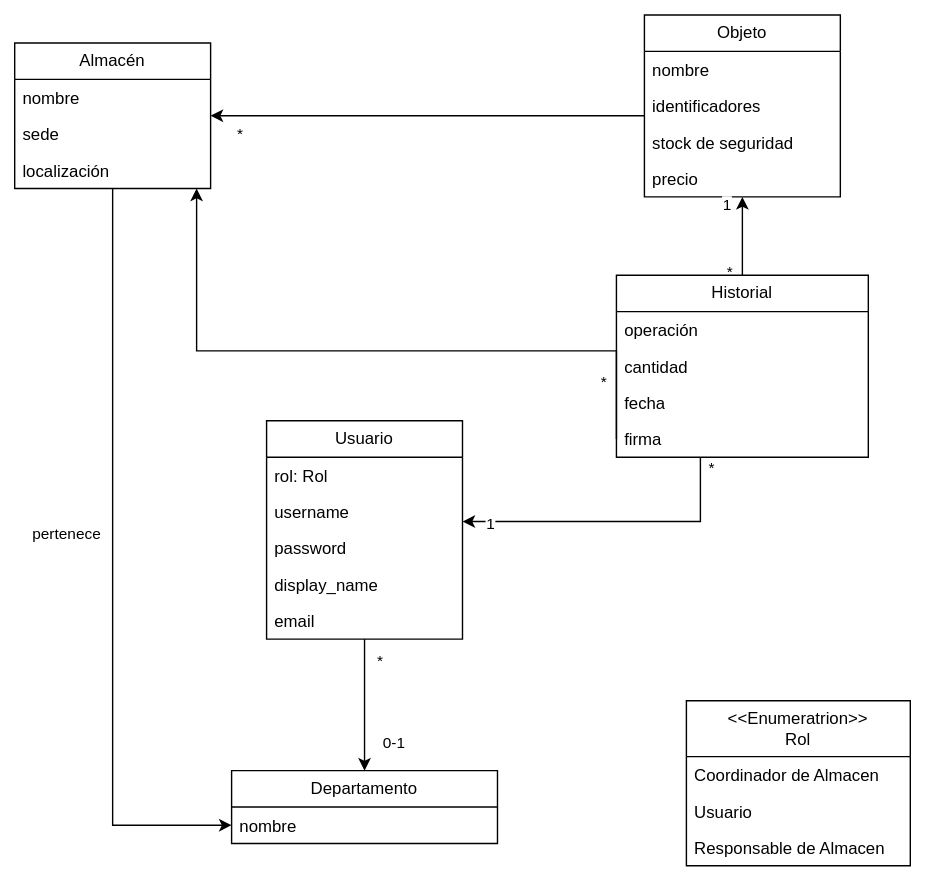
Above: Diagramas/Diagrama conceptual.svg in Emilio-115/Proyecto-IR-G2-12 (draw.io), before the change. Source tidied: cells renumbered, new cells last; positions are measured from the earlier drawing's top-left corner, leaving out a move shared by most shapes.
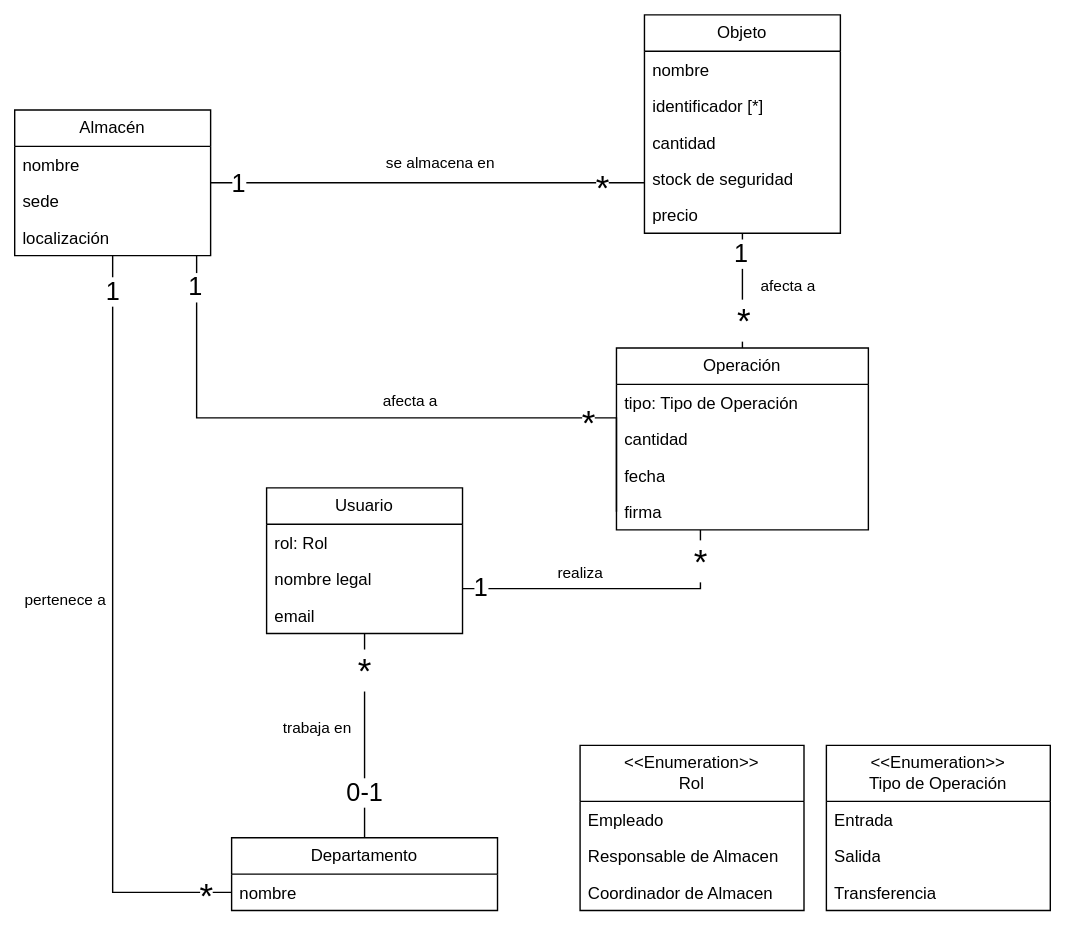
After the commit.

Commit message:
diagrama conceptual actualizado

Change to the diagram source:
```diff
@@ -2,38 +2,27 @@
   <root>
     <mxCell id="0" />
     <mxCell id="1" parent="0" />
-    <mxCell id="2" style="edgeStyle=orthogonalEdgeStyle;rounded=0;jettySize=auto;html=1;entryX=0.5;entryY=0;entryDx=0;entryDy=0;" parent="1" edge="1" source="5" target="36">
+    <mxCell id="2" style="edgeStyle=orthogonalEdgeStyle;rounded=0;jettySize=auto;html=1;entryX=0.5;entryY=0;entryDx=0;entryDy=0;endArrow=none;endFill=0;startArrow=none;startFill=0;" parent="1" edge="1" source="5" target="36">
       <mxGeometry relative="1" as="geometry" />
     </mxCell>
-    <mxCell id="3" value="0-1" style="edgeLabel;html=1;align=center;verticalAlign=middle;" parent="2" vertex="1">
+    <mxCell id="3" value="&lt;font style=&quot;font-size: 18px;&quot;&gt;0-1&lt;/font&gt;" style="edgeLabel;html=1;align=center;verticalAlign=middle;" parent="2" vertex="1">
       <mxGeometry x="0.57" y="2" relative="1" as="geometry">
-        <mxPoint x="18" y="-1" as="offset" />
+        <mxPoint x="-2" y="-1" as="offset" />
       </mxGeometry>
     </mxCell>
-    <mxCell id="4" value="*" style="edgeLabel;html=1;align=center;verticalAlign=middle;" parent="2" vertex="1">
-      <mxGeometry x="-0.67" y="-1" relative="1" as="geometry">
-        <mxPoint x="11" as="offset" />
-      </mxGeometry>
-    </mxCell>
     <mxCell id="5" value="Usuario" style="swimlane;fontStyle=0;horizontal=1;startSize=26;fillColor=none;whiteSpace=wrap;html=1;" parent="1" vertex="1">
-      <mxGeometry x="180" y="290" width="140" height="156" as="geometry" />
+      <mxGeometry x="180" y="290" width="140" height="104" as="geometry" />
     </mxCell>
     <mxCell id="6" value="rol: Rol" style="text;strokeColor=none;fillColor=none;align=left;verticalAlign=top;spacingLeft=4;spacingRight=4;overflow=hidden;whiteSpace=wrap;html=1;" parent="5" vertex="1">
       <mxGeometry y="26" width="140" height="26" as="geometry" />
     </mxCell>
-    <mxCell id="7" value="username" style="text;strokeColor=none;fillColor=none;align=left;verticalAlign=top;spacingLeft=4;spacingRight=4;overflow=hidden;whiteSpace=wrap;html=1;" parent="5" vertex="1">
-      <mxGeometry y="52" width="140" height="26" as="geometry" />
-    </mxCell>
-    <mxCell id="8" value="password" style="text;strokeColor=none;fillColor=none;align=left;verticalAlign=top;spacingLeft=4;spacingRight=4;overflow=hidden;whiteSpace=wrap;html=1;" parent="5" vertex="1">
-      <mxGeometry y="78" width="140" height="26" as="geometry" />
-    </mxCell>
-    <mxCell id="9" value="display_name" style="text;strokeColor=none;fillColor=none;align=left;verticalAlign=top;spacingLeft=4;spacingRight=4;overflow=hidden;whiteSpace=wrap;html=1;" parent="5" vertex="1">
-      <mxGeometry y="104" width="140" height="26" as="geometry" />
+    <mxCell id="9" value="nombre legal" style="text;strokeColor=none;fillColor=none;align=left;verticalAlign=top;spacingLeft=4;spacingRight=4;overflow=hidden;whiteSpace=wrap;html=1;" parent="5" vertex="1">
+      <mxGeometry y="52" width="140" height="26" as="geometry" />
     </mxCell>
     <mxCell id="10" value="email" style="text;strokeColor=none;fillColor=none;align=left;verticalAlign=top;spacingLeft=4;spacingRight=4;overflow=hidden;whiteSpace=wrap;html=1;" parent="5" vertex="1">
-      <mxGeometry y="130" width="140" height="26" as="geometry" />
+      <mxGeometry y="78" width="140" height="26" as="geometry" />
     </mxCell>
-    <mxCell id="11" style="edgeStyle=orthogonalEdgeStyle;rounded=0;jettySize=auto;html=1;startArrow=none;startFill=0;endArrow=classic;endFill=1;" parent="1" edge="1" source="13" target="19">
+    <mxCell id="11" style="edgeStyle=orthogonalEdgeStyle;rounded=0;jettySize=auto;html=1;startArrow=none;startFill=0;endArrow=none;endFill=0;" parent="1" edge="1" source="13" target="19">
       <mxGeometry relative="1" as="geometry">
         <Array as="points">
           <mxPoint x="170" y="72" />
@@ -41,27 +30,25 @@
         </Array>
       </mxGeometry>
     </mxCell>
-    <mxCell id="12" value="*" style="edgeLabel;html=1;align=center;verticalAlign=middle;" parent="11" vertex="1">
-      <mxGeometry x="0.87" y="-1" relative="1" as="geometry">
-        <mxPoint y="13" as="offset" />
-      </mxGeometry>
-    </mxCell>
     <mxCell id="13" value="Objeto" style="swimlane;fontStyle=0;horizontal=1;startSize=26;fillColor=none;whiteSpace=wrap;html=1;" parent="1" vertex="1">
-      <mxGeometry x="450" width="140" height="130" as="geometry" />
+      <mxGeometry x="450" y="-48" width="140" height="156" as="geometry" />
     </mxCell>
     <mxCell id="14" value="nombre" style="text;strokeColor=none;fillColor=none;align=left;verticalAlign=top;spacingLeft=4;spacingRight=4;overflow=hidden;whiteSpace=wrap;html=1;" parent="13" vertex="1">
       <mxGeometry y="26" width="140" height="26" as="geometry" />
     </mxCell>
-    <mxCell id="15" value="identificadores" style="text;strokeColor=none;fillColor=none;align=left;verticalAlign=top;spacingLeft=4;spacingRight=4;overflow=hidden;whiteSpace=wrap;html=1;" parent="13" vertex="1">
+    <mxCell id="15" value="identificador [*]" style="text;strokeColor=none;fillColor=none;align=left;verticalAlign=top;spacingLeft=4;spacingRight=4;overflow=hidden;whiteSpace=wrap;html=1;" parent="13" vertex="1">
       <mxGeometry y="52" width="140" height="26" as="geometry" />
     </mxCell>
+    <mxCell id="43" value="cantidad" style="text;strokeColor=none;fillColor=none;align=left;verticalAlign=top;spacingLeft=4;spacingRight=4;overflow=hidden;whiteSpace=wrap;html=1;" parent="13" vertex="1">
+      <mxGeometry y="78" width="140" height="26" as="geometry" />
+    </mxCell>
     <mxCell id="16" value="stock de seguridad" style="text;strokeColor=none;fillColor=none;align=left;verticalAlign=top;spacingLeft=4;spacingRight=4;overflow=hidden;whiteSpace=wrap;html=1;" parent="13" vertex="1">
-      <mxGeometry y="78" width="140" height="26" as="geometry" />
+      <mxGeometry y="104" width="140" height="26" as="geometry" />
     </mxCell>
     <mxCell id="17" value="precio" style="text;strokeColor=none;fillColor=none;align=left;verticalAlign=top;spacingLeft=4;spacingRight=4;overflow=hidden;whiteSpace=wrap;html=1;" parent="13" vertex="1">
-      <mxGeometry y="104" width="140" height="26" as="geometry" />
+      <mxGeometry y="130" width="140" height="26" as="geometry" />
     </mxCell>
-    <mxCell id="18" style="edgeStyle=orthogonalEdgeStyle;rounded=0;jettySize=auto;html=1;" parent="1" edge="1" source="19" target="37">
+    <mxCell id="18" style="edgeStyle=orthogonalEdgeStyle;rounded=0;jettySize=auto;html=1;endArrow=none;endFill=0;startArrow=none;startFill=0;" parent="1" edge="1" source="19" target="37">
       <mxGeometry relative="1" as="geometry" />
     </mxCell>
     <mxCell id="19" value="Almacén" style="swimlane;fontStyle=0;horizontal=1;startSize=26;fillColor=none;whiteSpace=wrap;html=1;" parent="1" vertex="1">
@@ -76,7 +63,7 @@
     <mxCell id="22" value="localización" style="text;strokeColor=none;fillColor=none;align=left;verticalAlign=top;spacingLeft=4;spacingRight=4;overflow=hidden;whiteSpace=wrap;html=1;" parent="19" vertex="1">
       <mxGeometry y="78" width="140" height="26" as="geometry" />
     </mxCell>
-    <mxCell id="23" style="edgeStyle=orthogonalEdgeStyle;rounded=0;jettySize=auto;html=1;" parent="1" edge="1" source="31" target="13">
+    <mxCell id="23" style="edgeStyle=orthogonalEdgeStyle;rounded=0;jettySize=auto;html=1;endArrow=none;endFill=0;startArrow=none;startFill=0;" parent="1" edge="1" source="31" target="13">
       <mxGeometry relative="1" as="geometry">
         <Array as="points">
           <mxPoint x="520" y="170" />
@@ -84,34 +71,24 @@
         </Array>
       </mxGeometry>
     </mxCell>
-    <mxCell id="24" value="1" style="edgeLabel;html=1;align=center;verticalAlign=middle;" parent="23" vertex="1">
+    <mxCell id="24" value="&lt;font style=&quot;font-size: 18px;&quot;&gt;1&lt;/font&gt;" style="edgeLabel;html=1;align=center;verticalAlign=middle;" parent="23" vertex="1">
       <mxGeometry x="0.84" y="1" relative="1" as="geometry">
-        <mxPoint x="-11" as="offset" />
+        <mxPoint y="8" as="offset" />
       </mxGeometry>
     </mxCell>
-    <mxCell id="25" value="*" style="edgeLabel;html=1;align=center;verticalAlign=middle;" parent="23" vertex="1">
-      <mxGeometry x="-0.72" y="1" relative="1" as="geometry">
-        <mxPoint x="-9" y="5" as="offset" />
-      </mxGeometry>
-    </mxCell>
-    <mxCell id="26" style="edgeStyle=orthogonalEdgeStyle;rounded=0;jettySize=auto;html=1;" parent="1" edge="1" source="31" target="5">
+    <mxCell id="26" style="edgeStyle=orthogonalEdgeStyle;rounded=0;jettySize=auto;html=1;endArrow=none;endFill=0;startArrow=none;startFill=0;" parent="1" edge="1" source="31" target="5">
       <mxGeometry relative="1" as="geometry">
         <Array as="points">
           <mxPoint x="490" y="362" />
         </Array>
       </mxGeometry>
     </mxCell>
-    <mxCell id="27" value="1" style="edgeLabel;html=1;align=center;verticalAlign=middle;" parent="26" vertex="1">
+    <mxCell id="27" value="&lt;font style=&quot;font-size: 18px;&quot;&gt;1&lt;/font&gt;" style="edgeLabel;html=1;align=center;verticalAlign=middle;" parent="26" vertex="1">
       <mxGeometry x="0.91" y="1" relative="1" as="geometry">
-        <mxPoint x="9" as="offset" />
+        <mxPoint x="3" y="-1" as="offset" />
       </mxGeometry>
     </mxCell>
-    <mxCell id="28" value="*" style="edgeLabel;html=1;align=center;verticalAlign=middle;" parent="26" vertex="1">
-      <mxGeometry x="-0.94" y="1" relative="1" as="geometry">
-        <mxPoint x="6" as="offset" />
-      </mxGeometry>
-    </mxCell>
-    <mxCell id="29" style="edgeStyle=orthogonalEdgeStyle;rounded=0;jettySize=auto;html=1;exitX=0;exitY=0.5;exitDx=0;exitDy=0;" parent="1" edge="1" source="35" target="19">
+    <mxCell id="29" style="edgeStyle=orthogonalEdgeStyle;rounded=0;jettySize=auto;html=1;exitX=0;exitY=0.5;exitDx=0;exitDy=0;endArrow=none;endFill=0;startArrow=none;startFill=0;" parent="1" edge="1" source="35" target="19">
       <mxGeometry relative="1" as="geometry">
         <Array as="points">
           <mxPoint x="430" y="240" />
@@ -119,15 +96,10 @@
         </Array>
       </mxGeometry>
     </mxCell>
-    <mxCell id="30" value="*" style="edgeLabel;html=1;align=center;verticalAlign=middle;" parent="29" vertex="1">
-      <mxGeometry x="-0.94" relative="1" as="geometry">
-        <mxPoint x="-10" y="-28" as="offset" />
-      </mxGeometry>
-    </mxCell>
-    <mxCell id="31" value="Historial" style="swimlane;fontStyle=0;horizontal=1;startSize=26;fillColor=none;whiteSpace=wrap;html=1;" parent="1" vertex="1">
-      <mxGeometry x="430" y="186" width="180" height="130" as="geometry" />
+    <mxCell id="31" value="Operación" style="swimlane;fontStyle=0;horizontal=1;startSize=26;fillColor=none;whiteSpace=wrap;html=1;" parent="1" vertex="1">
+      <mxGeometry x="430" y="190" width="180" height="130" as="geometry" />
     </mxCell>
-    <mxCell id="32" value="operación" style="text;strokeColor=none;fillColor=none;align=left;verticalAlign=top;spacingLeft=4;spacingRight=4;overflow=hidden;whiteSpace=wrap;html=1;" parent="31" vertex="1">
+    <mxCell id="32" value="tipo: Tipo de Operación" style="text;strokeColor=none;fillColor=none;align=left;verticalAlign=top;spacingLeft=4;spacingRight=4;overflow=hidden;whiteSpace=wrap;html=1;" parent="31" vertex="1">
       <mxGeometry y="26" width="180" height="26" as="geometry" />
     </mxCell>
     <mxCell id="33" value="cantidad" style="text;strokeColor=none;fillColor=none;align=left;verticalAlign=top;spacingLeft=4;spacingRight=4;overflow=hidden;whiteSpace=wrap;html=1;" parent="31" vertex="1">
@@ -145,22 +117,92 @@
     <mxCell id="37" value="nombre" style="text;strokeColor=none;fillColor=none;align=left;verticalAlign=top;spacingLeft=4;spacingRight=4;overflow=hidden;points=[[0,0.5],[1,0.5]];portConstraint=eastwest;whiteSpace=wrap;html=1;" parent="36" vertex="1">
       <mxGeometry y="26" width="190" height="26" as="geometry" />
     </mxCell>
-    <mxCell id="38" value="&lt;div&gt;&amp;lt;&amp;lt;Enumeratrion&amp;gt;&amp;gt;&lt;/div&gt;Rol" style="swimlane;fontStyle=0;horizontal=1;startSize=40;fillColor=none;whiteSpace=wrap;html=1;" parent="1" vertex="1">
-      <mxGeometry x="480" y="490" width="160" height="118" as="geometry" />
+    <mxCell id="38" value="&lt;div&gt;&amp;lt;&amp;lt;Enumeration&amp;gt;&amp;gt;&lt;/div&gt;Rol" style="swimlane;fontStyle=0;horizontal=1;startSize=40;fillColor=none;whiteSpace=wrap;html=1;" parent="1" vertex="1">
+      <mxGeometry x="404" y="474" width="160" height="118" as="geometry" />
     </mxCell>
-    <mxCell id="39" value="Coordinador de Almacen" style="text;strokeColor=none;fillColor=none;align=left;verticalAlign=top;spacingLeft=4;spacingRight=4;overflow=hidden;whiteSpace=wrap;html=1;" parent="38" vertex="1">
-      <mxGeometry y="40" width="160" height="26" as="geometry" />
-    </mxCell>
-    <mxCell id="40" value="Usuario" style="text;strokeColor=none;fillColor=none;align=left;verticalAlign=top;spacingLeft=4;spacingRight=4;overflow=hidden;whiteSpace=wrap;html=1;" parent="38" vertex="1">
-      <mxGeometry y="66" width="160" height="26" as="geometry" />
+    <mxCell id="40" value="Empleado" style="text;strokeColor=none;fillColor=none;align=left;verticalAlign=top;spacingLeft=4;spacingRight=4;overflow=hidden;whiteSpace=wrap;html=1;" parent="38" vertex="1">
+      <mxGeometry y="40" width="160" height="26" as="geometry" />
     </mxCell>
     <mxCell id="41" value="Responsable de Almacen" style="text;strokeColor=none;fillColor=none;align=left;verticalAlign=top;spacingLeft=4;spacingRight=4;overflow=hidden;whiteSpace=wrap;html=1;" parent="38" vertex="1">
-      <mxGeometry y="92" width="160" height="26" as="geometry" />
+      <mxGeometry y="66" width="160" height="26" as="geometry" />
     </mxCell>
+    <mxCell id="39" value="Coordinador de Almacen" style="text;strokeColor=none;fillColor=none;align=left;verticalAlign=top;spacingLeft=4;spacingRight=4;overflow=hidden;whiteSpace=wrap;html=1;" parent="38" vertex="1">
+      <mxGeometry y="92" width="160" height="26" as="geometry" />
+    </mxCell>
-    <mxCell id="42" value="pertenece" style="edgeLabel;html=1;align=center;verticalAlign=middle;" parent="1" vertex="1">
+    <mxCell id="42" value="pertenece a" style="edgeLabel;html=1;align=center;verticalAlign=middle;" parent="1" vertex="1">
       <mxGeometry x="30" y="368" as="geometry">
         <mxPoint x="6" y="2" as="offset" />
       </mxGeometry>
     </mxCell>
+    <mxCell id="44" value="&lt;div&gt;&amp;lt;&amp;lt;Enumeration&amp;gt;&amp;gt;&lt;/div&gt;Tipo de Operación" style="swimlane;fontStyle=0;horizontal=1;startSize=40;fillColor=none;whiteSpace=wrap;html=1;" parent="1" vertex="1">
+      <mxGeometry x="580" y="474" width="160" height="118" as="geometry" />
+    </mxCell>
+    <mxCell id="45" value="Entrada" style="text;strokeColor=none;fillColor=none;align=left;verticalAlign=top;spacingLeft=4;spacingRight=4;overflow=hidden;whiteSpace=wrap;html=1;" parent="44" vertex="1">
+      <mxGeometry y="40" width="160" height="26" as="geometry" />
+    </mxCell>
+    <mxCell id="46" value="Salida" style="text;strokeColor=none;fillColor=none;align=left;verticalAlign=top;spacingLeft=4;spacingRight=4;overflow=hidden;whiteSpace=wrap;html=1;" parent="44" vertex="1">
+      <mxGeometry y="66" width="160" height="26" as="geometry" />
+    </mxCell>
+    <mxCell id="47" value="Transferencia" style="text;strokeColor=none;fillColor=none;align=left;verticalAlign=top;spacingLeft=4;spacingRight=4;overflow=hidden;whiteSpace=wrap;html=1;" parent="44" vertex="1">
+      <mxGeometry y="92" width="160" height="26" as="geometry" />
+    </mxCell>
+    <mxCell id="48" value="trabaja en" style="edgeLabel;html=1;align=center;verticalAlign=middle;" parent="1" vertex="1">
+      <mxGeometry x="210" y="460" as="geometry">
+        <mxPoint x="6" y="2" as="offset" />
+      </mxGeometry>
+    </mxCell>
+    <mxCell id="49" value="se almacena en" style="edgeLabel;html=1;align=center;verticalAlign=middle;" parent="1" vertex="1">
+      <mxGeometry x="300" y="60" as="geometry">
+        <mxPoint x="4" y="-2" as="offset" />
+      </mxGeometry>
+    </mxCell>
+    <mxCell id="50" value="&lt;span style=&quot;font-size: 18px;&quot;&gt;1&lt;/span&gt;" style="edgeLabel;html=1;align=center;verticalAlign=middle;" parent="1" vertex="1">
+      <mxGeometry x="129" y="148" as="geometry">
+        <mxPoint y="-1" as="offset" />
+      </mxGeometry>
+    </mxCell>
+    <mxCell id="51" value="&lt;font style=&quot;font-size: 25px;&quot;&gt;*&lt;/font&gt;" style="edgeLabel;html=1;align=center;verticalAlign=middle;" parent="1" vertex="1">
+      <mxGeometry x="410" y="243" as="geometry" />
+    </mxCell>
+    <mxCell id="52" value="&lt;font style=&quot;font-size: 25px;&quot;&gt;*&lt;/font&gt;" style="edgeLabel;html=1;align=center;verticalAlign=middle;" parent="1" vertex="1">
+      <mxGeometry x="137" y="581" as="geometry" />
+    </mxCell>
+    <mxCell id="53" value="&lt;font style=&quot;font-size: 25px;&quot;&gt;*&lt;/font&gt;" style="edgeLabel;html=1;align=center;verticalAlign=middle;" parent="1" vertex="1">
+      <mxGeometry x="520" y="167" as="geometry">
+        <mxPoint x="1" y="3" as="offset" />
+      </mxGeometry>
+    </mxCell>
+    <mxCell id="54" value="&lt;font style=&quot;font-size: 25px;&quot;&gt;*&lt;/font&gt;" style="edgeLabel;html=1;align=center;verticalAlign=middle;" parent="1" vertex="1">
+      <mxGeometry x="490" y="342" as="geometry" />
+    </mxCell>
+    <mxCell id="55" value="&lt;font style=&quot;font-size: 25px;&quot;&gt;*&lt;/font&gt;" style="edgeLabel;html=1;align=center;verticalAlign=middle;" parent="1" vertex="1">
+      <mxGeometry x="250" y="420" as="geometry" />
+    </mxCell>
+    <mxCell id="56" value="&lt;span style=&quot;font-size: 18px;&quot;&gt;1&lt;/span&gt;" style="edgeLabel;html=1;align=center;verticalAlign=middle;" parent="1" vertex="1">
+      <mxGeometry x="70" y="151" as="geometry">
+        <mxPoint y="-1" as="offset" />
+      </mxGeometry>
+    </mxCell>
+    <mxCell id="57" value="&lt;font style=&quot;font-size: 25px;&quot;&gt;*&lt;/font&gt;" style="edgeLabel;html=1;align=center;verticalAlign=middle;" parent="1" vertex="1">
+      <mxGeometry x="420" y="75" as="geometry" />
+    </mxCell>
+    <mxCell id="58" value="&lt;font style=&quot;font-size: 18px;&quot;&gt;1&lt;/font&gt;" style="edgeLabel;html=1;align=center;verticalAlign=middle;" parent="1" vertex="1">
+      <mxGeometry x="160" y="73" as="geometry" />
+    </mxCell>
+    <mxCell id="59" value="afecta a&amp;nbsp;" style="edgeLabel;html=1;align=center;verticalAlign=middle;" parent="1" vertex="1">
+      <mxGeometry x="550" y="148" as="geometry">
+        <mxPoint x="4" y="-2" as="offset" />
+      </mxGeometry>
+    </mxCell>
+    <mxCell id="60" value="realiza" style="edgeLabel;html=1;align=center;verticalAlign=middle;" parent="1" vertex="1">
+      <mxGeometry x="400" y="353" as="geometry">
+        <mxPoint x="4" y="-2" as="offset" />
+      </mxGeometry>
+    </mxCell>
+    <mxCell id="61" value="afecta a&amp;nbsp;" style="edgeLabel;html=1;align=center;verticalAlign=middle;" parent="1" vertex="1">
+      <mxGeometry x="280" y="230" as="geometry">
+        <mxPoint x="4" y="-2" as="offset" />
+      </mxGeometry>
+    </mxCell>
   </root>
 </mxGraphModel>
```
